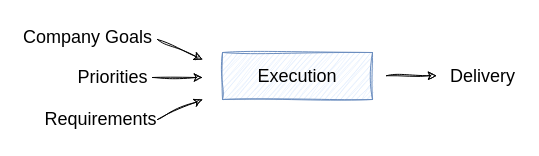
The draw.io diagram page "Execute" (3 of 5) of assets/diagrams/Engineering-Manager-Goal.drawio in pkritiotis/pkritiotis.github.io, before the edit. Source tidied: cells renumbered, new cells numbered last; positions are measured from the earlier drawing's top-left corner, leaving out a move shared by most shapes. Both pictures are drawn from the tidied source at 100%, with x=0, y=0 at pixel (17, 17).
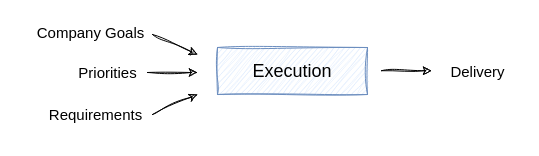
The same page after the edit.

Change to the diagram source:
```diff
@@
 <mxGraphModel>
   <root>
     <mxCell id="0" />
     <mxCell id="1" parent="0" />
-    <mxCell id="2" value="Requirements" style="text;html=1;align=center;verticalAlign=middle;strokeColor=none;fillColor=none;fontFamily=Kalam;fontSize=18;fontColor=default;fontStyle=0;labelBackgroundColor=default;" parent="1" vertex="1">
-      <mxGeometry x="23" y="82" width="120" height="40" as="geometry" />
+    <mxCell id="2" value="Requirements" style="text;html=1;align=center;verticalAlign=middle;strokeColor=none;fillColor=none;fontFamily=Kalam;fontSize=15;fontColor=default;fontStyle=0;labelBackgroundColor=default;" parent="1" vertex="1">
+      <mxGeometry x="23" y="82" width="110" height="30" as="geometry" />
     </mxCell>
-    <mxCell id="3" value="Priorities" style="text;html=1;align=center;verticalAlign=middle;strokeColor=none;fillColor=none;fontFamily=Kalam;fontSize=18;fontColor=default;fontStyle=0;labelBackgroundColor=default;" parent="1" vertex="1">
-      <mxGeometry x="50" y="40" width="90" height="40" as="geometry" />
+    <mxCell id="3" value="Priorities" style="text;html=1;align=center;verticalAlign=middle;strokeColor=none;fillColor=none;fontFamily=Kalam;fontSize=15;fontColor=default;fontStyle=0;labelBackgroundColor=default;" parent="1" vertex="1">
+      <mxGeometry x="50" y="40" width="80" height="30" as="geometry" />
     </mxCell>
-    <mxCell id="4" value="Company Goals" style="text;html=1;align=center;verticalAlign=middle;strokeColor=none;fillColor=none;fontFamily=Kalam;fontSize=18;fontColor=default;fontStyle=0;labelBackgroundColor=default;" parent="1" vertex="1">
-      <mxGeometry width="140" height="40" as="geometry" />
+    <mxCell id="4" value="Company Goals" style="text;html=1;align=center;verticalAlign=middle;strokeColor=none;fillColor=none;fontFamily=Kalam;fontSize=15;fontColor=default;fontStyle=0;labelBackgroundColor=default;" parent="1" vertex="1">
+      <mxGeometry x="13" width="120" height="30" as="geometry" />
     </mxCell>
     <mxCell id="5" value="Execution" style="rounded=0;whiteSpace=wrap;html=1;sketch=1;hachureGap=4;jiggle=2;curveFitting=1;strokeColor=#6c8ebf;align=center;verticalAlign=middle;fontFamily=Kalam;fontSize=18;fontStyle=0;labelBackgroundColor=none;fillColor=#dae8fc;" parent="1" vertex="1">
-      <mxGeometry x="205" y="35" width="150" height="47" as="geometry" />
+      <mxGeometry x="200" y="30" width="150" height="47" as="geometry" />
     </mxCell>
     <mxCell id="6" style="endArrow=classic;html=1;rounded=0;sketch=1;hachureGap=4;jiggle=2;curveFitting=1;fontFamily=Kalam;" parent="1" edge="1">
       <mxGeometry relative="1" as="geometry">
-        <mxPoint x="140" y="22" as="sourcePoint" />
-        <mxPoint x="185" y="42" as="targetPoint" />
+        <mxPoint x="135" y="17" as="sourcePoint" />
+        <mxPoint x="180" y="37" as="targetPoint" />
       </mxGeometry>
     </mxCell>
     <mxCell id="7" style="endArrow=classic;html=1;rounded=0;sketch=1;hachureGap=4;jiggle=2;curveFitting=1;fontFamily=Kalam;" parent="1" edge="1">
       <mxGeometry relative="1" as="geometry">
-        <mxPoint x="140" y="102" as="sourcePoint" />
-        <mxPoint x="185" y="82" as="targetPoint" />
+        <mxPoint x="135" y="97" as="sourcePoint" />
+        <mxPoint x="180" y="77" as="targetPoint" />
       </mxGeometry>
     </mxCell>
     <mxCell id="8" style="endArrow=classic;html=1;rounded=0;sketch=1;hachureGap=4;jiggle=2;curveFitting=1;fontFamily=Kalam;" parent="1" edge="1">
       <mxGeometry relative="1" as="geometry">
-        <mxPoint x="135" y="60" as="sourcePoint" />
-        <mxPoint x="185" y="60" as="targetPoint" />
+        <mxPoint x="130" y="55" as="sourcePoint" />
+        <mxPoint x="180" y="55" as="targetPoint" />
       </mxGeometry>
     </mxCell>
     <mxCell id="9" style="endArrow=classic;html=1;rounded=0;sketch=1;hachureGap=4;jiggle=2;curveFitting=1;fontFamily=Kalam;" parent="1" edge="1">
       <mxGeometry relative="1" as="geometry">
-        <mxPoint x="369" y="58.2" as="sourcePoint" />
-        <mxPoint x="419" y="58.2" as="targetPoint" />
+        <mxPoint x="364" y="53.2" as="sourcePoint" />
+        <mxPoint x="414" y="53.2" as="targetPoint" />
       </mxGeometry>
     </mxCell>
-    <mxCell id="10" value="Delivery" style="text;html=1;align=center;verticalAlign=middle;strokeColor=none;fillColor=none;fontFamily=Kalam;fontSize=18;fontColor=default;fontStyle=0;labelBackgroundColor=default;" parent="1" vertex="1">
-      <mxGeometry x="425" y="38.5" width="80" height="40" as="geometry" />
+    <mxCell id="10" value="Delivery" style="text;html=1;align=center;verticalAlign=middle;strokeColor=none;fillColor=none;fontFamily=Kalam;fontSize=15;fontColor=default;fontStyle=0;labelBackgroundColor=default;" parent="1" vertex="1">
+      <mxGeometry x="425" y="38.5" width="70" height="30" as="geometry" />
     </mxCell>
   </root>
 </mxGraphModel>
```
